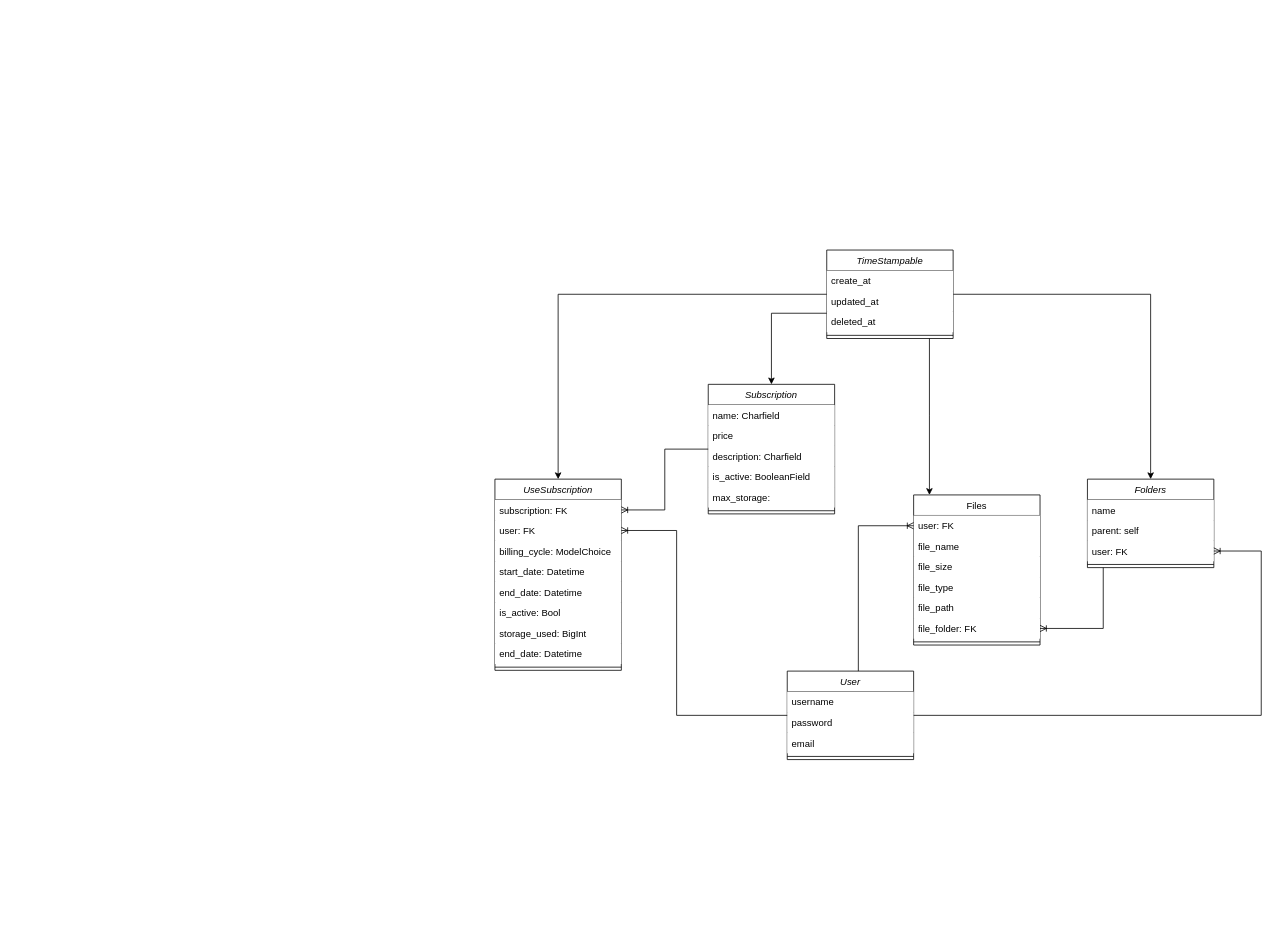
The draw.io diagram db-draw.drawio in amssdias/aerobox, before the edit. Source tidied: cells renumbered, new cells numbered last; positions are measured from the earlier drawing's top-left corner, leaving out a move shared by most shapes. Both pictures are drawn from the tidied source at 79%, with x=0, y=0 at pixel (495, 250).
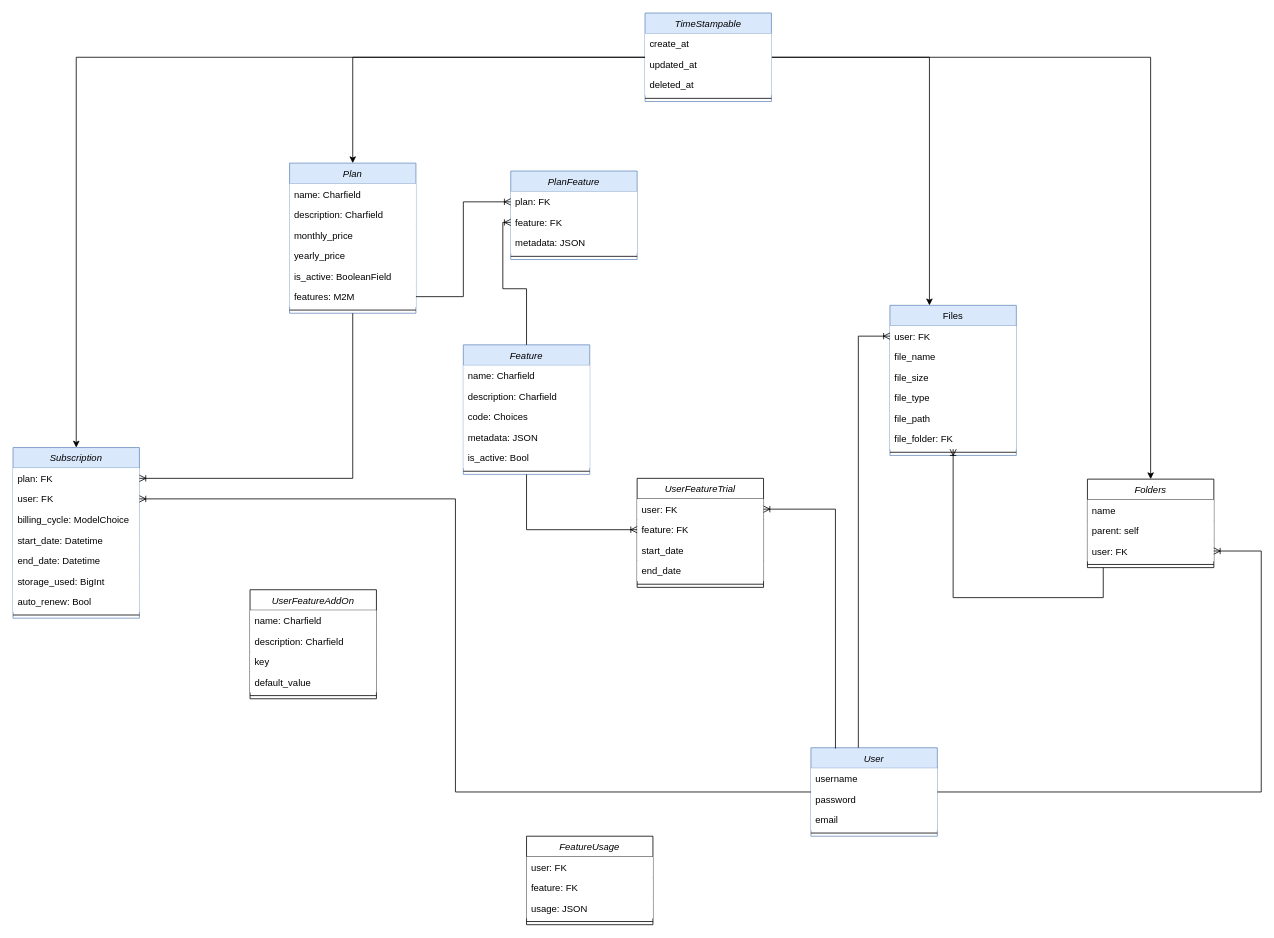
After the change.

The change refers to these unchanged cells:
```xml
<mxCell id="37" value="user: FK" style="text;align=left;verticalAlign=top;spacingLeft=4;spacingRight=4;overflow=hidden;points=[[0,0.5],[1,0.5]];portConstraint=eastwest;fillColor=default;" parent="35" vertex="1">
  <mxGeometry y="52" width="160" height="26" as="geometry" />
</mxCell>
```

Diff of the diagram source:
```diff
@@
-    <mxCell id="2" value="User" style="swimlane;fontStyle=2;align=center;verticalAlign=top;horizontal=1;startSize=26;rounded=0;shadow=0;strokeWidth=1;" parent="1" vertex="1">
-      <mxGeometry x="370" y="533" width="160" height="112" as="geometry" />
+    <mxCell id="2" value="User" style="swimlane;fontStyle=2;align=center;verticalAlign=top;horizontal=1;startSize=26;rounded=0;shadow=0;strokeWidth=1;fillColor=#dae8fc;strokeColor=#6c8ebf;" parent="1" vertex="1">
+      <mxGeometry x="400" y="630" width="160" height="112" as="geometry" />
     </mxCell>
@@
-    <mxCell id="7" value="Files" style="swimlane;fontStyle=0;align=center;verticalAlign=top;horizontal=1;startSize=26;rounded=0;shadow=0;strokeWidth=1;" parent="1" vertex="1">
-      <mxGeometry x="530" y="310" width="160" height="190" as="geometry" />
+    <mxCell id="7" value="Files" style="swimlane;fontStyle=0;align=center;verticalAlign=top;horizontal=1;startSize=26;rounded=0;shadow=0;strokeWidth=1;fillColor=#dae8fc;strokeColor=#6c8ebf;" parent="1" vertex="1">
+      <mxGeometry x="500" y="70" width="160" height="190" as="geometry" />
     </mxCell>
@@
-    <mxCell id="17" value="TimeStampable" style="swimlane;fontStyle=2;align=center;verticalAlign=top;horizontal=1;startSize=26;rounded=0;shadow=0;strokeWidth=1;" parent="1" vertex="1">
-      <mxGeometry x="420" width="160" height="112" as="geometry" />
+    <mxCell id="17" value="TimeStampable" style="swimlane;fontStyle=2;align=center;verticalAlign=top;horizontal=1;startSize=26;rounded=0;shadow=0;strokeWidth=1;fillColor=#dae8fc;strokeColor=#6c8ebf;" parent="1" vertex="1">
+      <mxGeometry x="190" y="-300" width="160" height="112" as="geometry" />
     </mxCell>
@@
-    <mxCell id="27" value="Subscription" style="swimlane;fontStyle=2;align=center;verticalAlign=top;horizontal=1;startSize=26;rounded=0;shadow=0;strokeWidth=1;" parent="1" vertex="1">
-      <mxGeometry x="270" y="170" width="160" height="164" as="geometry" />
+    <mxCell id="27" value="Plan" style="swimlane;fontStyle=2;align=center;verticalAlign=top;horizontal=1;startSize=26;rounded=0;shadow=0;strokeWidth=1;fillColor=#dae8fc;strokeColor=#6c8ebf;" parent="1" vertex="1">
+      <mxGeometry x="-260" y="-110" width="160" height="190" as="geometry" />
     </mxCell>
@@
-    <mxCell id="29" value="price" style="text;align=left;verticalAlign=top;spacingLeft=4;spacingRight=4;overflow=hidden;rounded=0;shadow=0;html=0;fillColor=default;" parent="27" vertex="1">
-      <mxGeometry y="52" width="160" height="26" as="geometry" />
-    </mxCell>
     <mxCell id="30" value="description: Charfield" style="text;align=left;verticalAlign=top;spacingLeft=4;spacingRight=4;overflow=hidden;rounded=0;shadow=0;html=0;fillColor=default;" parent="27" vertex="1">
-      <mxGeometry y="78" width="160" height="26" as="geometry" />
+      <mxGeometry y="52" width="160" height="26" as="geometry" />
     </mxCell>
+    <mxCell id="51" value="monthly_price " style="text;align=left;verticalAlign=top;spacingLeft=4;spacingRight=4;overflow=hidden;rounded=0;shadow=0;html=0;fillColor=default;" parent="27" vertex="1">
+      <mxGeometry y="78" width="160" height="26" as="geometry" />
+    </mxCell>
+    <mxCell id="52" value="yearly_price " style="text;align=left;verticalAlign=top;spacingLeft=4;spacingRight=4;overflow=hidden;rounded=0;shadow=0;html=0;fillColor=default;" parent="27" vertex="1">
+      <mxGeometry y="104" width="160" height="26" as="geometry" />
+    </mxCell>
     <mxCell id="31" value="is_active: BooleanField" style="text;align=left;verticalAlign=top;spacingLeft=4;spacingRight=4;overflow=hidden;rounded=0;shadow=0;html=0;fillColor=default;" parent="27" vertex="1">
-      <mxGeometry y="104" width="160" height="26" as="geometry" />
+      <mxGeometry y="130" width="160" height="26" as="geometry" />
     </mxCell>
-    <mxCell id="32" value="max_storage: " style="text;align=left;verticalAlign=top;spacingLeft=4;spacingRight=4;overflow=hidden;rounded=0;shadow=0;html=0;fillColor=default;" parent="27" vertex="1">
-      <mxGeometry y="130" width="160" height="26" as="geometry" />
-    </mxCell>
+    <mxCell id="53" value="features: M2M" style="text;align=left;verticalAlign=top;spacingLeft=4;spacingRight=4;overflow=hidden;points=[[0,0.5],[1,0.5]];portConstraint=eastwest;rounded=0;shadow=0;html=0;fillColor=default;" parent="27" vertex="1">
+      <mxGeometry y="156" width="160" height="26" as="geometry" />
+    </mxCell>
     <mxCell id="33" style="line;html=1;strokeWidth=1;align=left;verticalAlign=middle;spacingTop=-1;spacingLeft=3;spacingRight=3;labelPosition=right;" parent="27" vertex="1">
-      <mxGeometry y="156" width="160" height="8" as="geometry" />
+      <mxGeometry y="182" width="160" height="8" as="geometry" />
     </mxCell>
-    <mxCell id="34" style="edgeStyle=elbowEdgeStyle;rounded=0;jettySize=auto;html=1;" parent="1" edge="1" source="17" target="27">
-      <mxGeometry relative="1" as="geometry">
-        <Array as="points">
-          <mxPoint x="350" y="80" />
-        </Array>
-      </mxGeometry>
+    <mxCell id="34" style="edgeStyle=orthogonalEdgeStyle;rounded=0;jettySize=auto;html=1;" parent="1" edge="1" source="17" target="27">
+      <mxGeometry relative="1" as="geometry" />
     </mxCell>
-    <mxCell id="35" value="UseSubscription" style="swimlane;fontStyle=2;align=center;verticalAlign=top;horizontal=1;startSize=26;rounded=0;shadow=0;strokeWidth=1;" parent="1" vertex="1">
-      <mxGeometry y="290" width="160" height="242" as="geometry" />
+    <mxCell id="35" value="Subscription" style="swimlane;fontStyle=2;align=center;verticalAlign=top;horizontal=1;startSize=26;rounded=0;shadow=0;strokeWidth=1;fillColor=#dae8fc;strokeColor=#6c8ebf;" parent="1" vertex="1">
+      <mxGeometry x="-610" y="250" width="160" height="216" as="geometry" />
     </mxCell>
-    <mxCell id="36" value="subscription: FK" style="text;align=left;verticalAlign=top;spacingLeft=4;spacingRight=4;overflow=hidden;points=[[0,0.5],[1,0.5]];portConstraint=eastwest;rounded=0;shadow=0;html=0;fillColor=default;" parent="35" vertex="1">
+    <mxCell id="36" value="plan: FK" style="text;align=left;verticalAlign=top;spacingLeft=4;spacingRight=4;overflow=hidden;points=[[0,0.5],[1,0.5]];portConstraint=eastwest;rounded=0;shadow=0;html=0;fillColor=default;" parent="35" vertex="1">
       <mxGeometry y="26" width="160" height="26" as="geometry" />
     </mxCell>
@@
-    <mxCell id="41" value="is_active: Bool" style="text;align=left;verticalAlign=top;spacingLeft=4;spacingRight=4;overflow=hidden;rounded=0;shadow=0;html=0;fillColor=default;" parent="35" vertex="1">
-      <mxGeometry y="156" width="160" height="26" as="geometry" />
-    </mxCell>
     <mxCell id="42" value="storage_used: BigInt" style="text;align=left;verticalAlign=top;spacingLeft=4;spacingRight=4;overflow=hidden;rounded=0;shadow=0;html=0;fillColor=default;" parent="35" vertex="1">
-      <mxGeometry y="182" width="160" height="26" as="geometry" />
+      <mxGeometry y="156" width="160" height="26" as="geometry" />
     </mxCell>
-    <mxCell id="43" value="end_date: Datetime" style="text;align=left;verticalAlign=top;spacingLeft=4;spacingRight=4;overflow=hidden;rounded=0;shadow=0;html=0;fillColor=default;" parent="35" vertex="1">
-      <mxGeometry y="208" width="160" height="26" as="geometry" />
-    </mxCell>
+    <mxCell id="54" value="auto_renew: Bool" style="text;align=left;verticalAlign=top;spacingLeft=4;spacingRight=4;overflow=hidden;rounded=0;shadow=0;html=0;fillColor=default;" parent="35" vertex="1">
+      <mxGeometry y="182" width="160" height="26" as="geometry" />
+    </mxCell>
     <mxCell id="44" style="line;html=1;strokeWidth=1;align=left;verticalAlign=middle;spacingTop=-1;spacingLeft=3;spacingRight=3;labelPosition=right;" parent="35" vertex="1">
-      <mxGeometry y="234" width="160" height="8" as="geometry" />
+      <mxGeometry y="208" width="160" height="8" as="geometry" />
     </mxCell>
@@
     <mxCell id="49" style="edgeStyle=elbowEdgeStyle;fontSize=12;html=1;endArrow=ERoneToMany;rounded=0;" parent="1" edge="1" source="2" target="37">
       <mxGeometry relative="1" as="geometry">
         <Array as="points">
-          <mxPoint x="230" y="481" />
+          <mxPoint x="-50" y="465" />
         </Array>
       </mxGeometry>
     </mxCell>
@@
+    <mxCell id="55" value="Feature" style="swimlane;fontStyle=2;align=center;verticalAlign=top;horizontal=1;startSize=26;rounded=0;shadow=0;strokeWidth=1;fillColor=#dae8fc;strokeColor=#6c8ebf;" parent="1" vertex="1">
+      <mxGeometry x="-40" y="120" width="160" height="164" as="geometry" />
+    </mxCell>
+    <mxCell id="56" value="name: Charfield" style="text;align=left;verticalAlign=top;spacingLeft=4;spacingRight=4;overflow=hidden;fillColor=default;" parent="55" vertex="1">
+      <mxGeometry y="26" width="160" height="26" as="geometry" />
+    </mxCell>
+    <mxCell id="57" value="description: Charfield" style="text;align=left;verticalAlign=top;spacingLeft=4;spacingRight=4;overflow=hidden;rounded=0;shadow=0;html=0;fillColor=default;" parent="55" vertex="1">
+      <mxGeometry y="52" width="160" height="26" as="geometry" />
+    </mxCell>
+    <mxCell id="58" value="code: Choices" style="text;align=left;verticalAlign=top;spacingLeft=4;spacingRight=4;overflow=hidden;rounded=0;shadow=0;html=0;fillColor=default;" parent="55" vertex="1">
+      <mxGeometry y="78" width="160" height="26" as="geometry" />
+    </mxCell>
+    <mxCell id="59" value="metadata: JSON" style="text;align=left;verticalAlign=top;spacingLeft=4;spacingRight=4;overflow=hidden;rounded=0;shadow=0;html=0;fillColor=default;" parent="55" vertex="1">
+      <mxGeometry y="104" width="160" height="26" as="geometry" />
+    </mxCell>
+    <mxCell id="41" value="is_active: Bool" style="text;align=left;verticalAlign=top;spacingLeft=4;spacingRight=4;overflow=hidden;rounded=0;shadow=0;html=0;fillColor=default;" parent="55" vertex="1">
+      <mxGeometry y="130" width="160" height="26" as="geometry" />
+    </mxCell>
+    <mxCell id="60" style="line;html=1;strokeWidth=1;align=left;verticalAlign=middle;spacingTop=-1;spacingLeft=3;spacingRight=3;labelPosition=right;" parent="55" vertex="1">
+      <mxGeometry y="156" width="160" height="8" as="geometry" />
+    </mxCell>
+    <mxCell id="61" value="PlanFeature" style="swimlane;fontStyle=2;align=center;verticalAlign=top;horizontal=1;startSize=26;rounded=0;shadow=0;strokeWidth=1;fillColor=#dae8fc;strokeColor=#6c8ebf;" parent="1" vertex="1">
+      <mxGeometry x="20" y="-100" width="160" height="112" as="geometry" />
+    </mxCell>
+    <mxCell id="62" value="plan: FK" style="text;align=left;verticalAlign=top;spacingLeft=4;spacingRight=4;overflow=hidden;points=[[0,0.5],[1,0.5]];portConstraint=eastwest;fillColor=default;" parent="61" vertex="1">
+      <mxGeometry y="26" width="160" height="26" as="geometry" />
+    </mxCell>
+    <mxCell id="63" value="feature: FK" style="text;align=left;verticalAlign=top;spacingLeft=4;spacingRight=4;overflow=hidden;points=[[0,0.5],[1,0.5]];portConstraint=eastwest;rounded=0;shadow=0;html=0;fillColor=default;" parent="61" vertex="1">
+      <mxGeometry y="52" width="160" height="26" as="geometry" />
+    </mxCell>
+    <mxCell id="64" value="metadata: JSON" style="text;align=left;verticalAlign=top;spacingLeft=4;spacingRight=4;overflow=hidden;rounded=0;shadow=0;html=0;fillColor=default;" parent="61" vertex="1">
+      <mxGeometry y="78" width="160" height="26" as="geometry" />
+    </mxCell>
+    <mxCell id="65" style="line;html=1;strokeWidth=1;align=left;verticalAlign=middle;spacingTop=-1;spacingLeft=3;spacingRight=3;labelPosition=right;" parent="61" vertex="1">
+      <mxGeometry y="104" width="160" height="8" as="geometry" />
+    </mxCell>
+    <mxCell id="66" style="edgeStyle=elbowEdgeStyle;fontSize=12;html=1;endArrow=ERoneToMany;rounded=0;" parent="1" edge="1" source="53" target="62">
+      <mxGeometry relative="1" as="geometry" />
+    </mxCell>
+    <mxCell id="67" style="fontSize=12;html=1;endArrow=ERoneToMany;rounded=0;strokeColor=default;edgeStyle=orthogonalEdgeStyle;" parent="1" edge="1" source="55" target="63">
+      <mxGeometry relative="1" as="geometry" />
+    </mxCell>
+    <mxCell id="68" value="UserFeatureTrial" style="swimlane;fontStyle=2;align=center;verticalAlign=top;horizontal=1;startSize=26;rounded=0;shadow=0;strokeWidth=1;" parent="1" vertex="1">
+      <mxGeometry x="180" y="289" width="160" height="138" as="geometry" />
+    </mxCell>
+    <mxCell id="69" value="user: FK" style="text;align=left;verticalAlign=top;spacingLeft=4;spacingRight=4;overflow=hidden;points=[[0,0.5],[1,0.5]];portConstraint=eastwest;fillColor=default;" parent="68" vertex="1">
+      <mxGeometry y="26" width="160" height="26" as="geometry" />
+    </mxCell>
+    <mxCell id="70" value="feature: FK" style="text;align=left;verticalAlign=top;spacingLeft=4;spacingRight=4;overflow=hidden;points=[[0,0.5],[1,0.5]];portConstraint=eastwest;rounded=0;shadow=0;html=0;fillColor=default;" parent="68" vertex="1">
+      <mxGeometry y="52" width="160" height="26" as="geometry" />
+    </mxCell>
+    <mxCell id="71" value="start_date" style="text;align=left;verticalAlign=top;spacingLeft=4;spacingRight=4;overflow=hidden;rounded=0;shadow=0;html=0;fillColor=default;" parent="68" vertex="1">
+      <mxGeometry y="78" width="160" height="26" as="geometry" />
+    </mxCell>
+    <mxCell id="72" value="end_date" style="text;align=left;verticalAlign=top;spacingLeft=4;spacingRight=4;overflow=hidden;rounded=0;shadow=0;html=0;fillColor=default;" parent="68" vertex="1">
+      <mxGeometry y="104" width="160" height="26" as="geometry" />
+    </mxCell>
+    <mxCell id="73" style="line;html=1;strokeWidth=1;align=left;verticalAlign=middle;spacingTop=-1;spacingLeft=3;spacingRight=3;labelPosition=right;" parent="68" vertex="1">
+      <mxGeometry y="130" width="160" height="8" as="geometry" />
+    </mxCell>
+    <mxCell id="74" value="FeatureUsage" style="swimlane;fontStyle=2;align=center;verticalAlign=top;horizontal=1;startSize=26;rounded=0;shadow=0;strokeWidth=1;" parent="1" vertex="1">
+      <mxGeometry x="40" y="742" width="160" height="112" as="geometry" />
+    </mxCell>
+    <mxCell id="75" value="user: FK" style="text;align=left;verticalAlign=top;spacingLeft=4;spacingRight=4;overflow=hidden;fillColor=default;" parent="74" vertex="1">
+      <mxGeometry y="26" width="160" height="26" as="geometry" />
+    </mxCell>
+    <mxCell id="76" value="feature: FK" style="text;align=left;verticalAlign=top;spacingLeft=4;spacingRight=4;overflow=hidden;rounded=0;shadow=0;html=0;fillColor=default;" parent="74" vertex="1">
+      <mxGeometry y="52" width="160" height="26" as="geometry" />
+    </mxCell>
+    <mxCell id="77" value="usage: JSON" style="text;align=left;verticalAlign=top;spacingLeft=4;spacingRight=4;overflow=hidden;rounded=0;shadow=0;html=0;fillColor=default;" parent="74" vertex="1">
+      <mxGeometry y="78" width="160" height="26" as="geometry" />
+    </mxCell>
+    <mxCell id="78" style="line;html=1;strokeWidth=1;align=left;verticalAlign=middle;spacingTop=-1;spacingLeft=3;spacingRight=3;labelPosition=right;" parent="74" vertex="1">
+      <mxGeometry y="104" width="160" height="8" as="geometry" />
+    </mxCell>
+    <mxCell id="79" value="UserFeatureAddOn" style="swimlane;fontStyle=2;align=center;verticalAlign=top;horizontal=1;startSize=26;rounded=0;shadow=0;strokeWidth=1;" parent="1" vertex="1">
+      <mxGeometry x="-310" y="430" width="160" height="138" as="geometry" />
+    </mxCell>
+    <mxCell id="80" value="name: Charfield" style="text;align=left;verticalAlign=top;spacingLeft=4;spacingRight=4;overflow=hidden;fillColor=default;" parent="79" vertex="1">
+      <mxGeometry y="26" width="160" height="26" as="geometry" />
+    </mxCell>
+    <mxCell id="81" value="description: Charfield" style="text;align=left;verticalAlign=top;spacingLeft=4;spacingRight=4;overflow=hidden;rounded=0;shadow=0;html=0;fillColor=default;" parent="79" vertex="1">
+      <mxGeometry y="52" width="160" height="26" as="geometry" />
+    </mxCell>
+    <mxCell id="82" value="key" style="text;align=left;verticalAlign=top;spacingLeft=4;spacingRight=4;overflow=hidden;rounded=0;shadow=0;html=0;fillColor=default;" parent="79" vertex="1">
+      <mxGeometry y="78" width="160" height="26" as="geometry" />
+    </mxCell>
+    <mxCell id="83" value="default_value" style="text;align=left;verticalAlign=top;spacingLeft=4;spacingRight=4;overflow=hidden;rounded=0;shadow=0;html=0;fillColor=default;" parent="79" vertex="1">
+      <mxGeometry y="104" width="160" height="26" as="geometry" />
+    </mxCell>
+    <mxCell id="84" style="line;html=1;strokeWidth=1;align=left;verticalAlign=middle;spacingTop=-1;spacingLeft=3;spacingRight=3;labelPosition=right;" parent="79" vertex="1">
+      <mxGeometry y="130" width="160" height="8" as="geometry" />
+    </mxCell>
+    <mxCell id="85" style="fontSize=12;html=1;endArrow=ERoneToMany;rounded=0;strokeColor=default;edgeStyle=orthogonalEdgeStyle;" parent="1" edge="1" source="55" target="70">
+      <mxGeometry relative="1" as="geometry" />
+    </mxCell>
+    <mxCell id="86" style="fontSize=12;html=1;endArrow=ERoneToMany;rounded=0;strokeColor=default;edgeStyle=orthogonalEdgeStyle;exitX=0.194;exitY=0.009;exitDx=0;exitDy=0;exitPerimeter=0;" parent="1" edge="1" source="2" target="69">
+      <mxGeometry relative="1" as="geometry" />
+    </mxCell>
```
